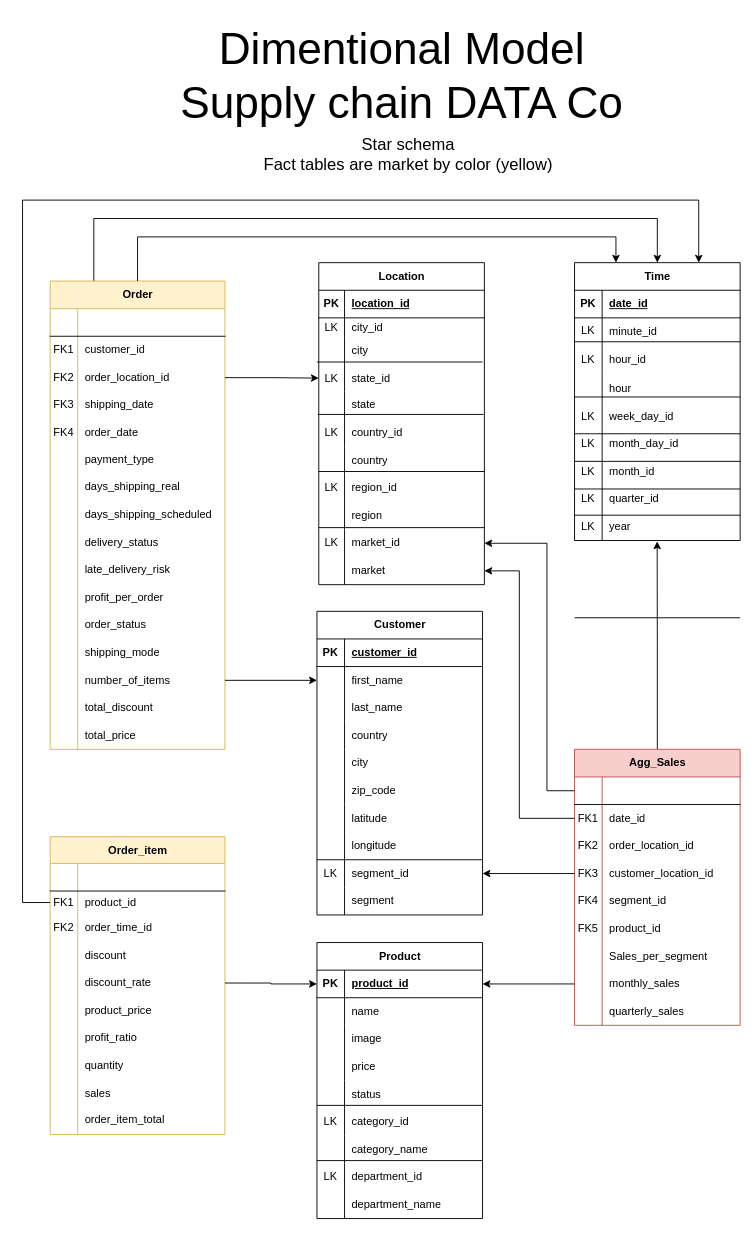
crdsteixeira/DW_project keeps this draw.io diagram as Model-designs/dimensional.drawio. Above is the earlier version. Source tidied: cells renumbered, new cells numbered last; positions are measured from the earlier drawing's top-left corner, leaving out a move shared by most shapes. Both pictures are drawn from the tidied source at 92%, with x=0, y=0 at pixel (22, 16).
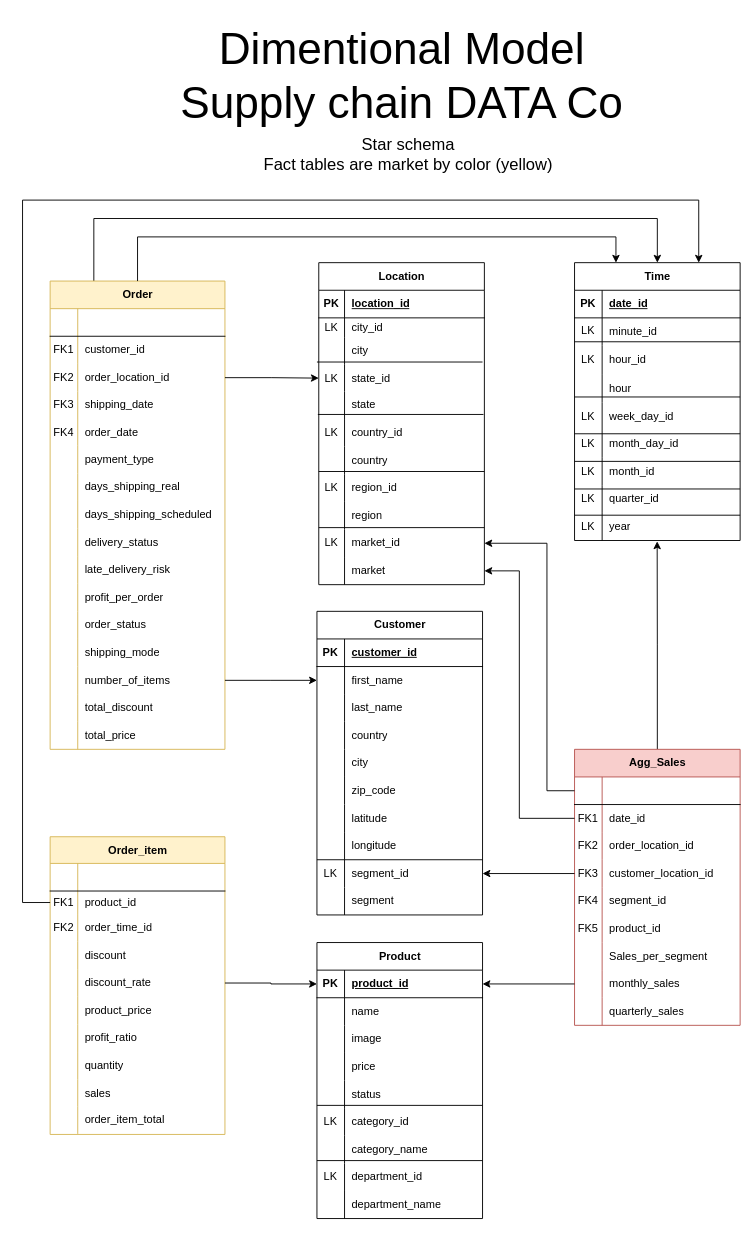
After the change.

What changed in the source:
```diff
@@
-    <mxCell id="257" style="line;strokeWidth=1;fillColor=none;align=left;verticalAlign=middle;spacingTop=-1;spacingLeft=3;spacingRight=3;labelPosition=right;strokeColor=inherit;" parent="1" vertex="1">
-      <mxGeometry x="600" y="650" width="180" height="8" as="geometry" />
-    </mxCell>
```
